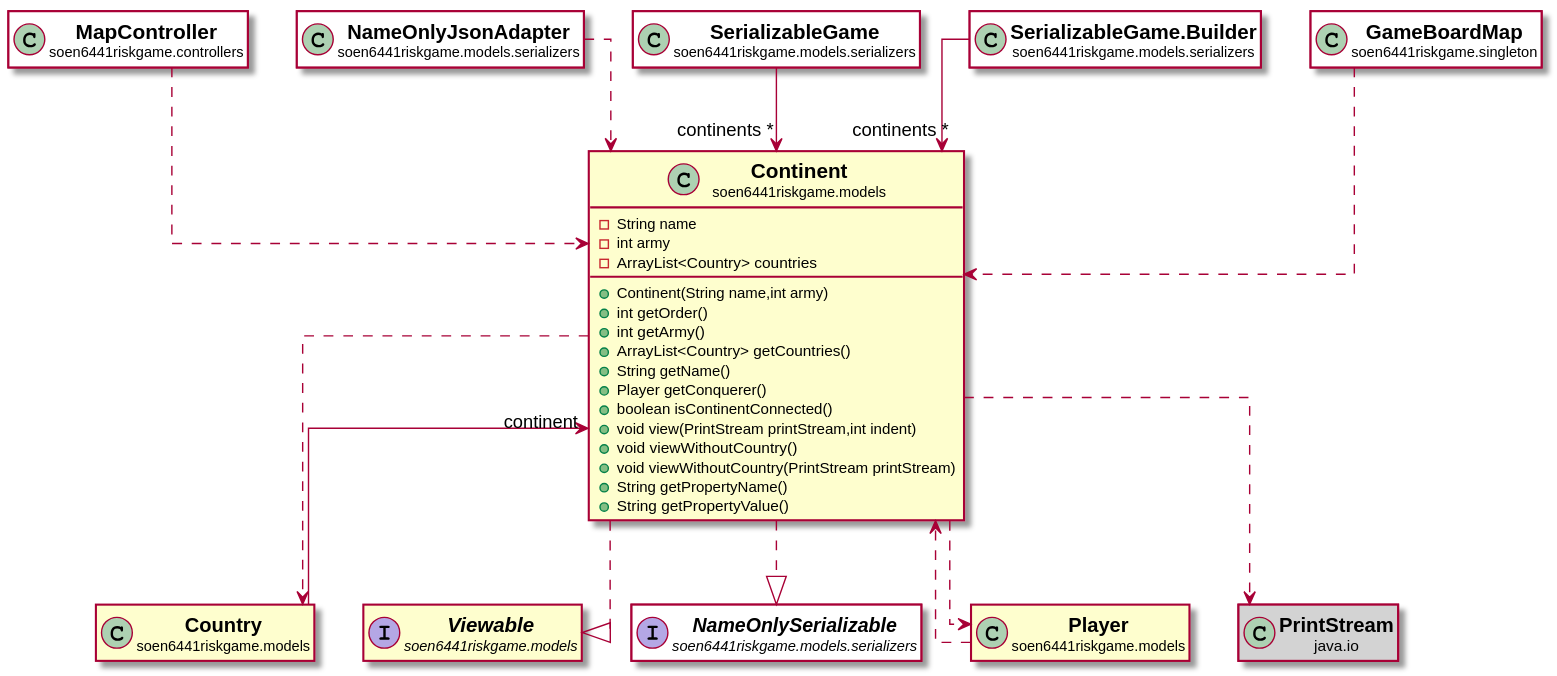
Above: docs/javadocs/soen6441riskgame/models/Continent.svg in huntertran/soen6441-riskgame (PlantUML), before the change.
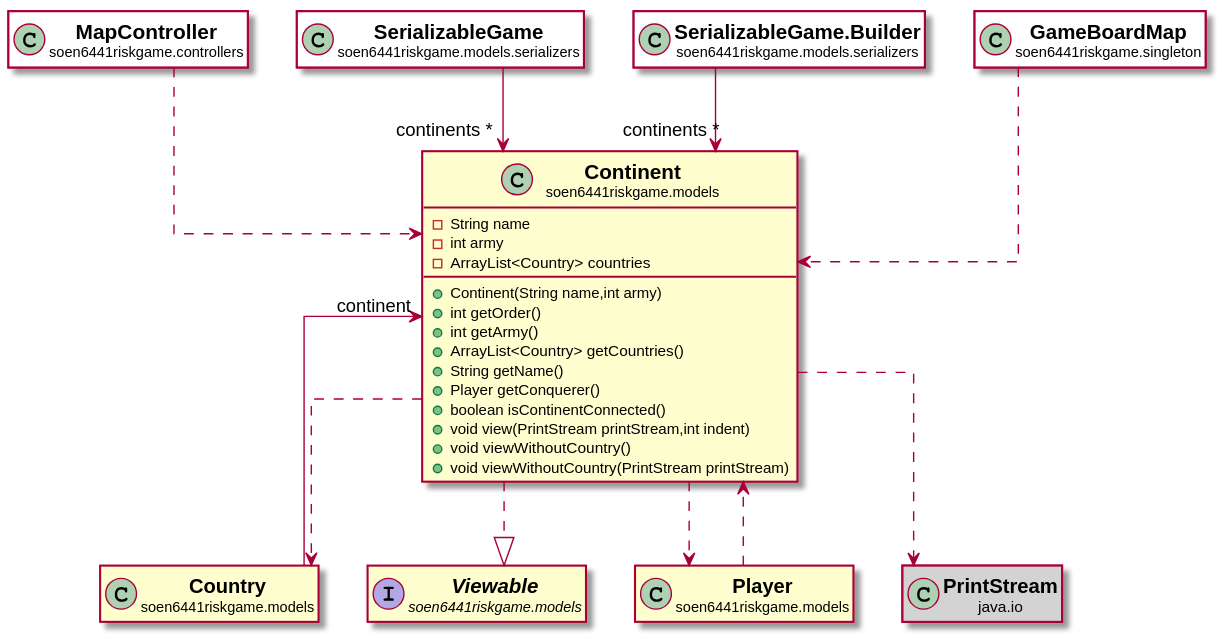
Above is the later version.

Change to the diagram source:
```diff
@@ -17,8 +17,6 @@
 +void view(PrintStream printStream,int indent)
 +void viewWithoutCountry()
 +void viewWithoutCountry(PrintStream printStream)
-+String getPropertyName()
-+String getPropertyValue()
 }
 
 
@@ -48,14 +46,6 @@
 
 soen6441riskgame.models.Continent ..|> soen6441riskgame.models.Viewable
 
-interface "<b><size:14>NameOnlySerializable</b>\n<size:10>soen6441riskgame.models.serializers" as soen6441riskgame.models.serializers.NameOnlySerializable  [[../../soen6441riskgame/models/serializers/NameOnlySerializable.html{soen6441riskgame.models.serializers.NameOnlySerializable}]] #white {
-}
-
-hide soen6441riskgame.models.serializers.NameOnlySerializable fields
-hide soen6441riskgame.models.serializers.NameOnlySerializable methods
-
-soen6441riskgame.models.Continent ..|> soen6441riskgame.models.serializers.NameOnlySerializable
-
 class "<b><size:14>Player</b>\n<size:10>soen6441riskgame.models" as soen6441riskgame.models.Player  [[../../soen6441riskgame/models/Player.html{soen6441riskgame.models.Player}]] {
 }
 
@@ -75,14 +65,6 @@
 soen6441riskgame.models.Country -->  "continent" soen6441riskgame.models.Continent
 
 soen6441riskgame.models.Player ..> soen6441riskgame.models.Continent
-
-class "<b><size:14>NameOnlyJsonAdapter</b>\n<size:10>soen6441riskgame.models.serializers" as soen6441riskgame.models.serializers.NameOnlyJsonAdapter  [[../../soen6441riskgame/models/serializers/NameOnlyJsonAdapter.html{soen6441riskgame.models.serializers.NameOnlyJsonAdapter}]] #white {
-}
-
-hide soen6441riskgame.models.serializers.NameOnlyJsonAdapter fields
-hide soen6441riskgame.models.serializers.NameOnlyJsonAdapter methods
-
-soen6441riskgame.models.serializers.NameOnlyJsonAdapter ..> soen6441riskgame.models.Continent
 
 class "<b><size:14>SerializableGame</b>\n<size:10>soen6441riskgame.models.serializers" as soen6441riskgame.models.serializers.SerializableGame  [[../../soen6441riskgame/models/serializers/SerializableGame.html{soen6441riskgame.models.serializers.SerializableGame}]] #white {
 }
```
